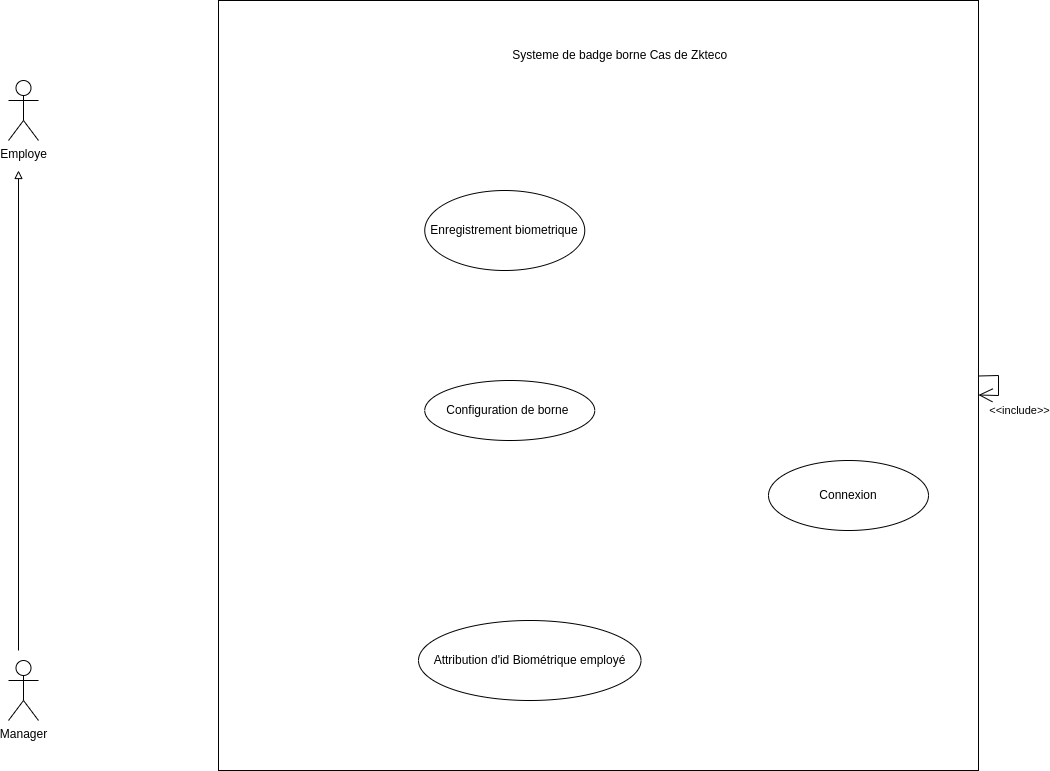
The draw.io diagram static/UsecaseZkteco.drawio.png in Siluearsene/borne_biometrique, before a commit. Source tidied: cells renumbered, new cells last; positions are measured from the earlier drawing's top-left corner, leaving out a move shared by most shapes.
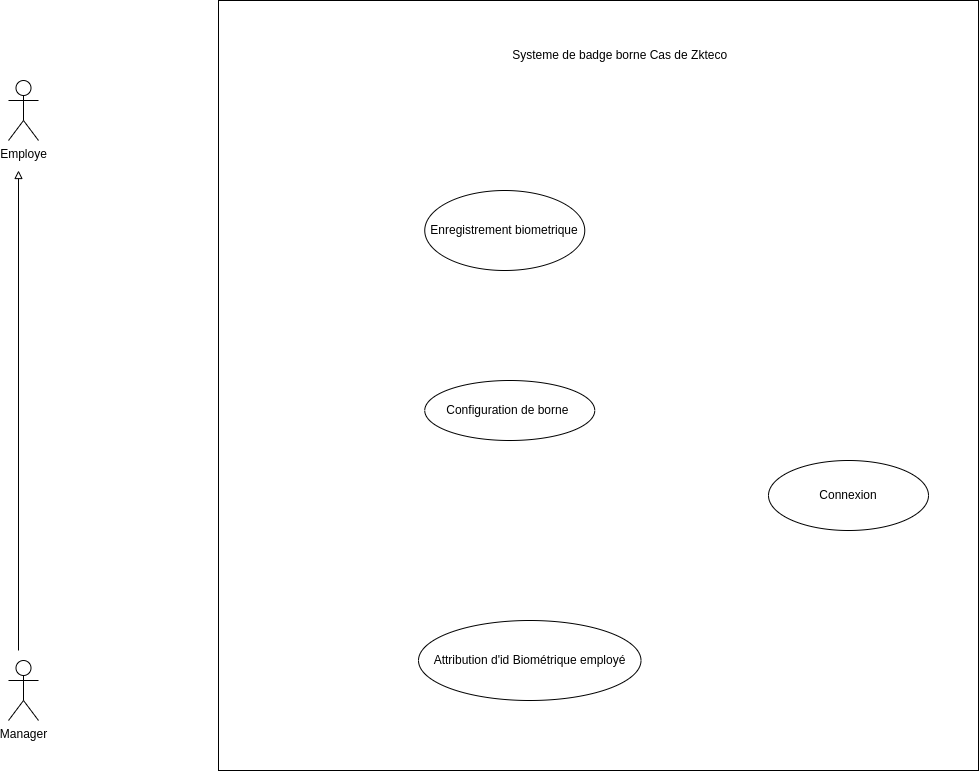
After the commit.

Commit message:
Mettre à jour UsecaseZkteco.drawio.png

The edit, as a diff of the source:
```diff
@@ -32,13 +32,5 @@
     <mxCell id="10" value="Connexion" style="ellipse;whiteSpace=wrap;html=1;" parent="1" vertex="1">
       <mxGeometry x="760" y="460" width="160" height="70" as="geometry" />
     </mxCell>
-    <mxCell id="11" style="endArrow=open;endFill=1;endSize=12;html=1;rounded=0;" parent="1" edge="1" source="4" target="4">
-      <mxGeometry relative="1" as="geometry" />
-    </mxCell>
-    <mxCell id="12" value="&amp;lt;&amp;lt;include&amp;gt;&amp;gt;" style="edgeLabel;html=1;align=center;verticalAlign=middle;" parent="11" vertex="1">
-      <mxGeometry x="0.13" y="2" relative="1" as="geometry">
-        <mxPoint x="18" y="21" as="offset" />
-      </mxGeometry>
-    </mxCell>
   </root>
 </mxGraphModel>
```
